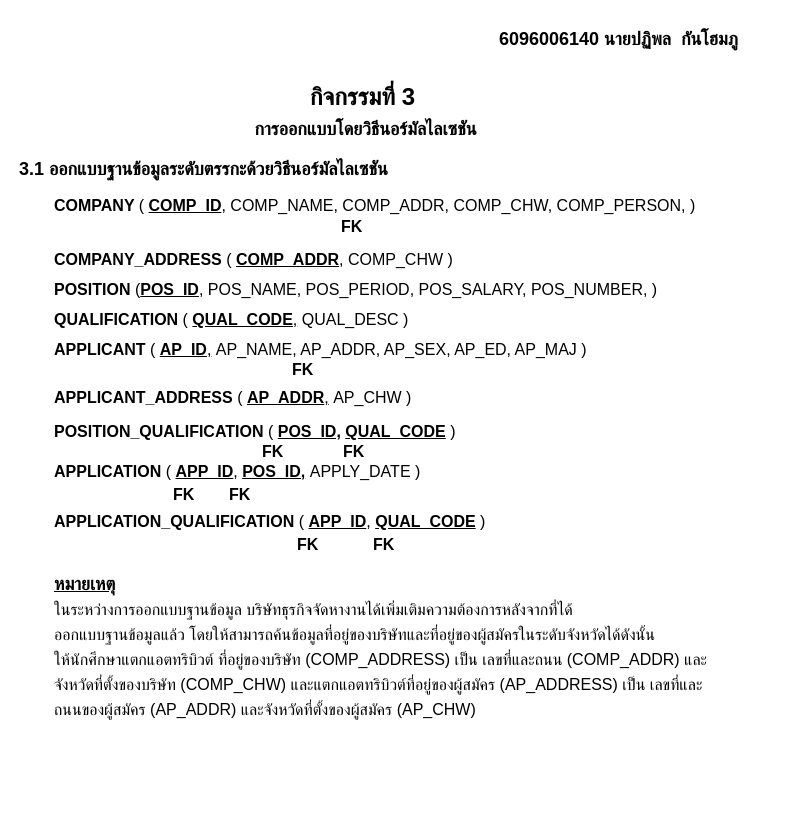
This is page "กิจกรรมที่3" (3 of 3) of Untitled Diagram.drawio from inherthz/96408_Database-Design, a draw.io file, before an edit. Source tidied: cells renumbered, new cells numbered last; positions are measured from the earlier drawing's top-left corner, leaving out a move shared by most shapes. Both pictures are drawn from the tidied source at 100%, with x=0, y=0 at pixel (17, 17).
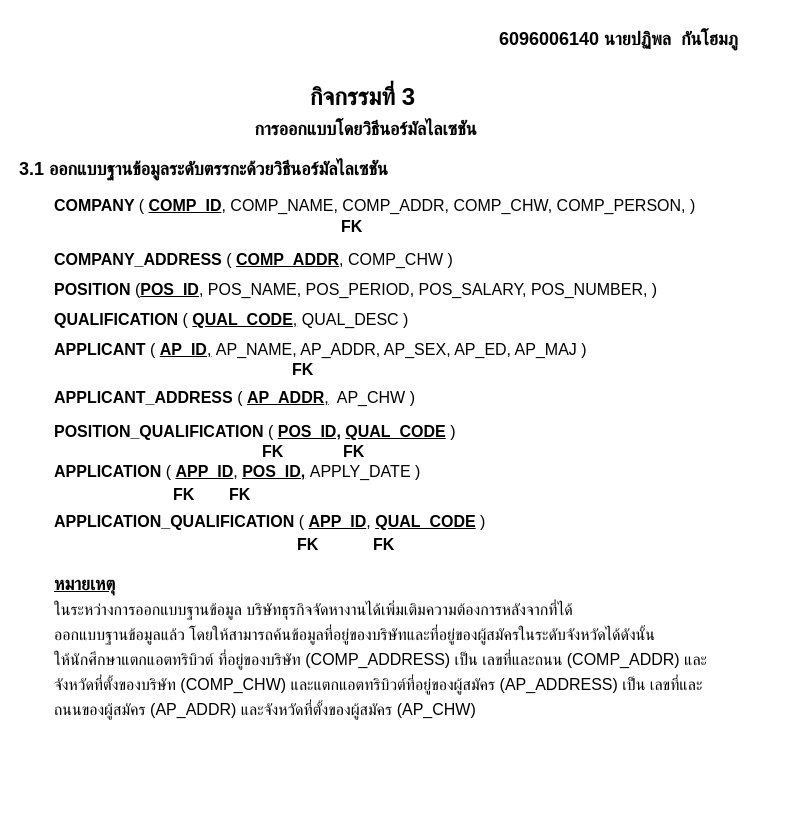
After the change.

Diff of the diagram source:
```diff
@@
-    <mxCell id="22" value="&lt;font style=&quot;font-size: 16px;&quot; face=&quot;Sarabun&quot;&gt;&lt;span style=&quot;&quot;&gt;APPLICANT_ADDRESS&amp;nbsp;&lt;span style=&quot;font-weight: normal;&quot;&gt;(&amp;nbsp;&lt;/span&gt;&lt;u style=&quot;&quot;&gt;AP_ADDR&lt;span style=&quot;font-weight: normal;&quot;&gt;,&lt;/span&gt;&lt;/u&gt;&lt;span style=&quot;font-weight: normal;&quot;&gt;&amp;nbsp;AP_CHW&amp;nbsp;&lt;/span&gt;&lt;span style=&quot;font-weight: normal;&quot;&gt;)&lt;/span&gt;&lt;/span&gt;&lt;/font&gt;" style="text;strokeColor=none;fillColor=none;html=1;fontSize=24;fontStyle=1;verticalAlign=middle;align=left;" parent="1" vertex="1">
+    <mxCell id="22" value="&lt;font style=&quot;font-size: 16px;&quot; face=&quot;Sarabun&quot;&gt;&lt;span style=&quot;&quot;&gt;APPLICANT_ADDRESS&amp;nbsp;&lt;span style=&quot;font-weight: normal;&quot;&gt;(&amp;nbsp;&lt;/span&gt;&lt;u style=&quot;&quot;&gt;AP_ADDR&lt;span style=&quot;font-weight: normal;&quot;&gt;,&lt;/span&gt;&lt;/u&gt;&lt;span style=&quot;font-weight: normal;&quot;&gt;&amp;nbsp; AP_CHW&amp;nbsp;&lt;/span&gt;&lt;span style=&quot;font-weight: normal;&quot;&gt;)&lt;/span&gt;&lt;/span&gt;&lt;/font&gt;" style="text;strokeColor=none;fillColor=none;html=1;fontSize=24;fontStyle=1;verticalAlign=middle;align=left;" parent="1" vertex="1">
       <mxGeometry x="35" y="358" width="445" height="40" as="geometry" />
     </mxCell>
```
